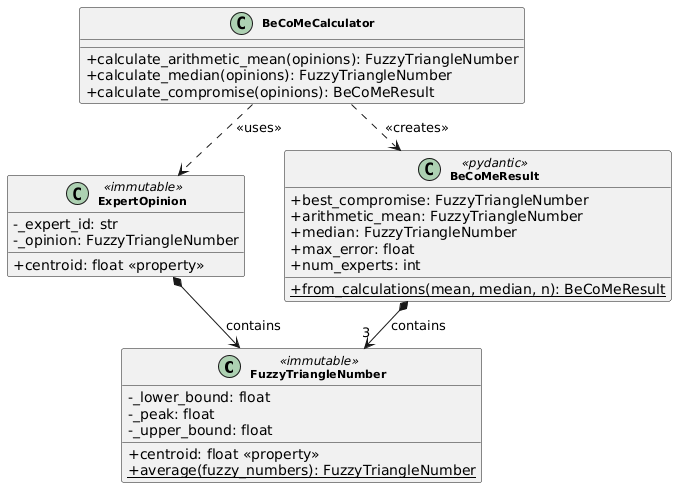
The PlantUML diagram docs/uml-diagrams/en/diagrams/png/class-diagram.png in caitlon/BeCoMe, before a commit. Its diagram source:
```plantuml
@startuml
skinparam classAttributeIconSize 0
skinparam classFontSize 11
skinparam classFontStyle bold
skinparam backgroundColor #FFFFFF
skinparam shadowing false
skinparam nodesep 40
skinparam ranksep 30

top to bottom direction


class FuzzyTriangleNumber <<immutable>> {
    - _lower_bound: float
    - _peak: float
    - _upper_bound: float
    __
    + centroid: float <<property>>
    + {static} average(fuzzy_numbers): FuzzyTriangleNumber
}

class ExpertOpinion <<immutable>> {
    - _expert_id: str
    - _opinion: FuzzyTriangleNumber
    __
    + centroid: float <<property>>
}

class BeCoMeCalculator {
    + calculate_arithmetic_mean(opinions): FuzzyTriangleNumber
    + calculate_median(opinions): FuzzyTriangleNumber
    + calculate_compromise(opinions): BeCoMeResult
}

class BeCoMeResult <<pydantic>> {
    + best_compromise: FuzzyTriangleNumber
    + arithmetic_mean: FuzzyTriangleNumber
    + median: FuzzyTriangleNumber
    + max_error: float
    + num_experts: int
    __
    + {static} from_calculations(mean, median, n): BeCoMeResult
}


ExpertOpinion *--> FuzzyTriangleNumber : contains
BeCoMeResult *--> "3" FuzzyTriangleNumber : contains
BeCoMeCalculator ..> ExpertOpinion : <<uses>>
BeCoMeCalculator ..> BeCoMeResult : <<creates>>
@enduml
```
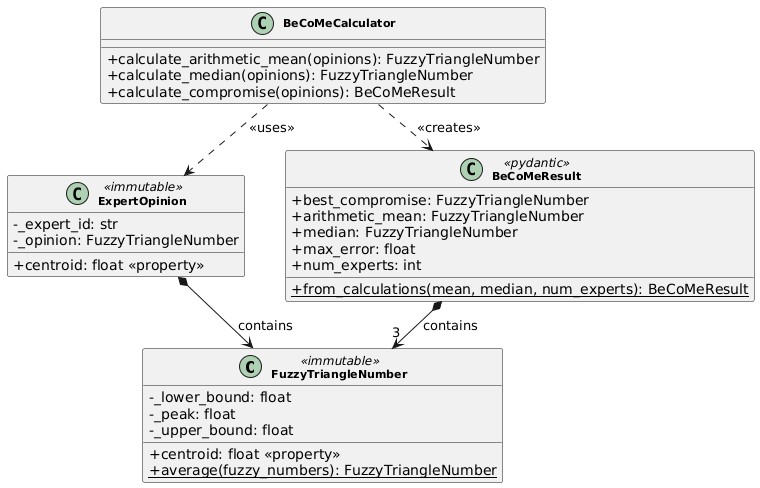
After the change.

Commit message:
fix: rename parameter n to num_experts in class diagram

The edit, as a diff of the source:
```diff
@@ -39,7 +39,7 @@
     + max_error: float
     + num_experts: int
     __
-    + {static} from_calculations(mean, median, n): BeCoMeResult
+    + {static} from_calculations(mean, median, num_experts): BeCoMeResult
 }
 
 
```
